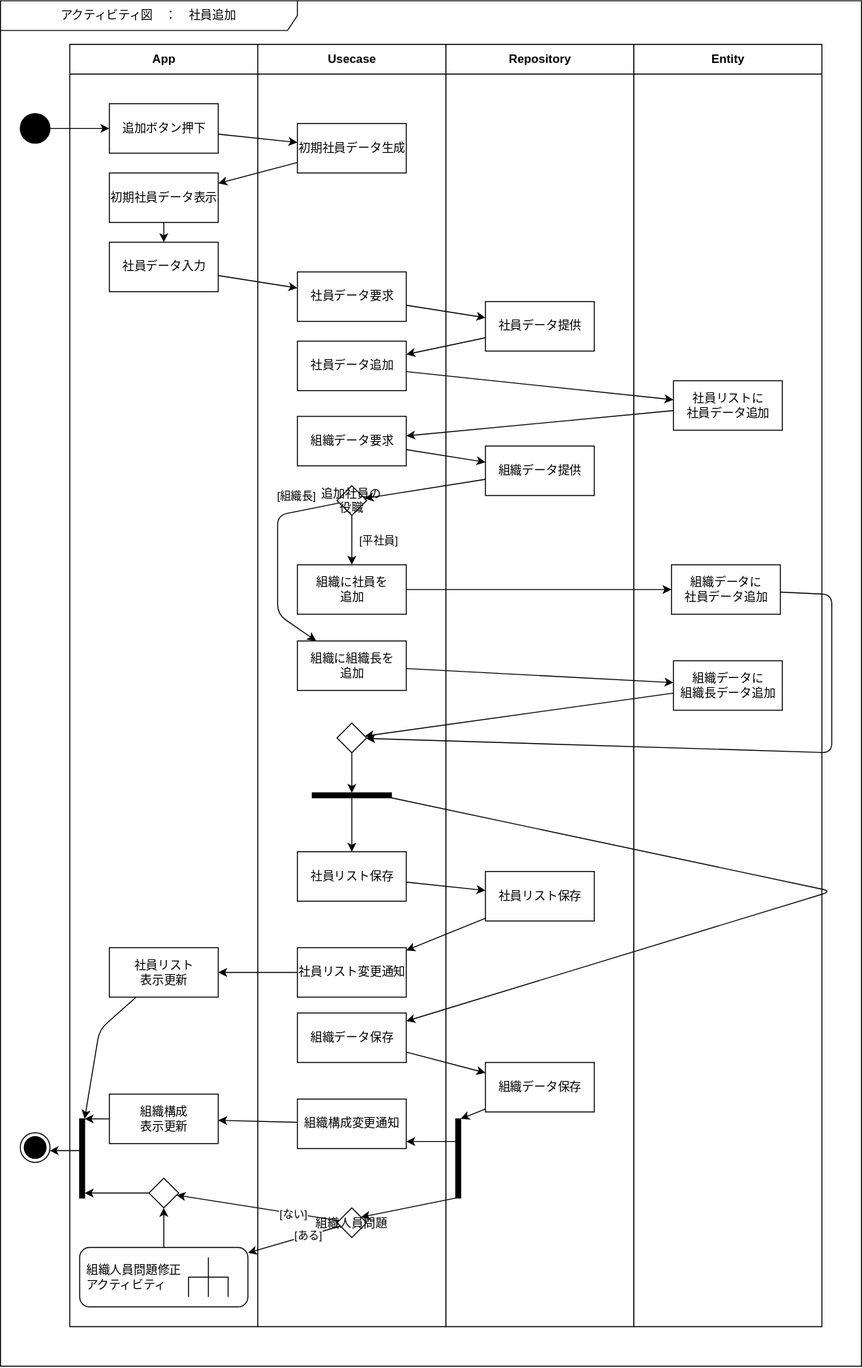
bosssanovar/LightMvvmSample keeps this draw.io diagram as Designs/アクティビティ/社員追加.svg. Above is the earlier version. Source tidied: cells renumbered, new cells last; positions are measured from the earlier drawing's top-left corner, leaving out a move shared by most shapes.
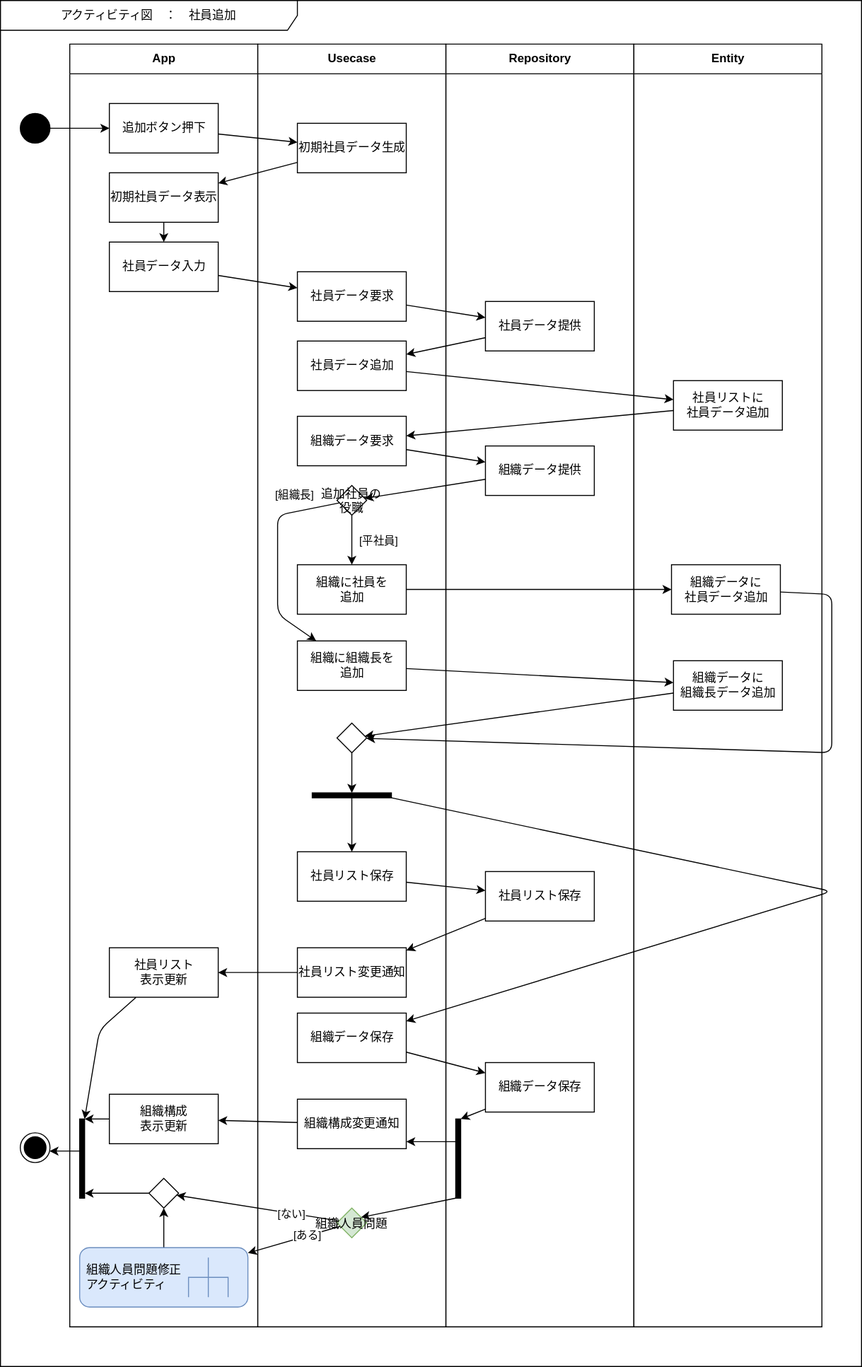
Later version of the same file.

The edit, as a diff of the source:
```diff
@@ -53,7 +53,7 @@
     <mxCell id="18" style="edgeStyle=none;html=1;endArrow=classic;endFill=1;" parent="12" edge="1" source="19" target="21">
       <mxGeometry relative="1" as="geometry" />
     </mxCell>
-    <mxCell id="19" value="組織人員問題修正&lt;br&gt;アクティビティ" style="shape=mxgraph.uml25.behaviorAction;html=1;rounded=1;absoluteArcSize=1;arcSize=10;align=left;spacingLeft=5;" parent="12" vertex="1">
+    <mxCell id="19" value="組織人員問題修正&lt;br&gt;アクティビティ" style="shape=mxgraph.uml25.behaviorAction;html=1;rounded=1;absoluteArcSize=1;arcSize=10;align=left;spacingLeft=5;fillColor=#dae8fc;strokeColor=#6c8ebf;" parent="12" vertex="1">
       <mxGeometry x="10" y="1216" width="170" height="60" as="geometry" />
     </mxCell>
     <mxCell id="20" style="edgeStyle=none;html=1;endArrow=classic;endFill=1;" parent="12" edge="1" source="21" target="17">
@@ -138,7 +138,7 @@
         <mxPoint x="27" y="12" as="offset" />
       </mxGeometry>
     </mxCell>
-    <mxCell id="43" value="組織人員問題" style="rhombus;" parent="24" vertex="1">
+    <mxCell id="43" value="組織人員問題" style="rhombus;fillColor=#d5e8d4;strokeColor=#82b366;" parent="24" vertex="1">
       <mxGeometry x="80" y="1176" width="30" height="30" as="geometry" />
     </mxCell>
     <mxCell id="44" value="組織構成変更通知" style="html=1;" parent="24" vertex="1">
```
